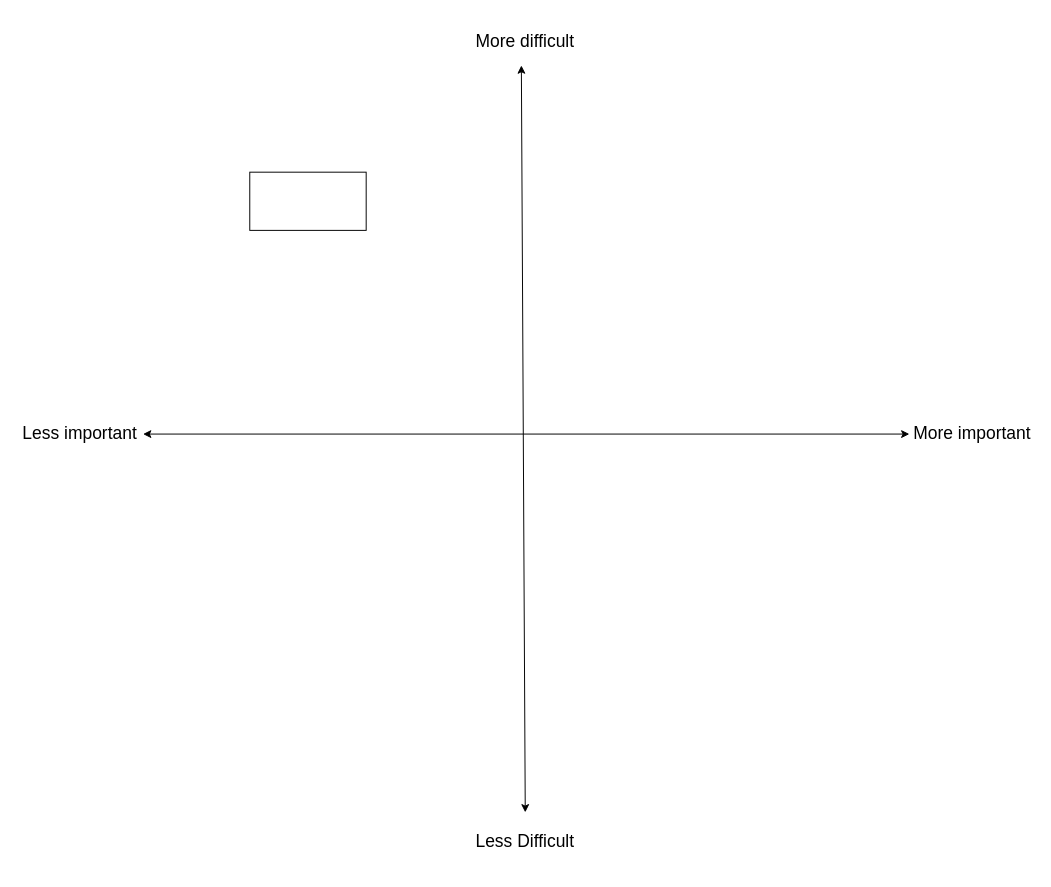
Earlier version of the draw.io diagram Untitled Diagram.drawio (EmergenBis/emergenbis). Source tidied: cells renumbered, new cells numbered last; positions are measured from the earlier drawing's top-left corner, leaving out a move shared by most shapes. Both pictures are drawn from the tidied source at 97%, with x=0, y=0 at pixel (16, 16).
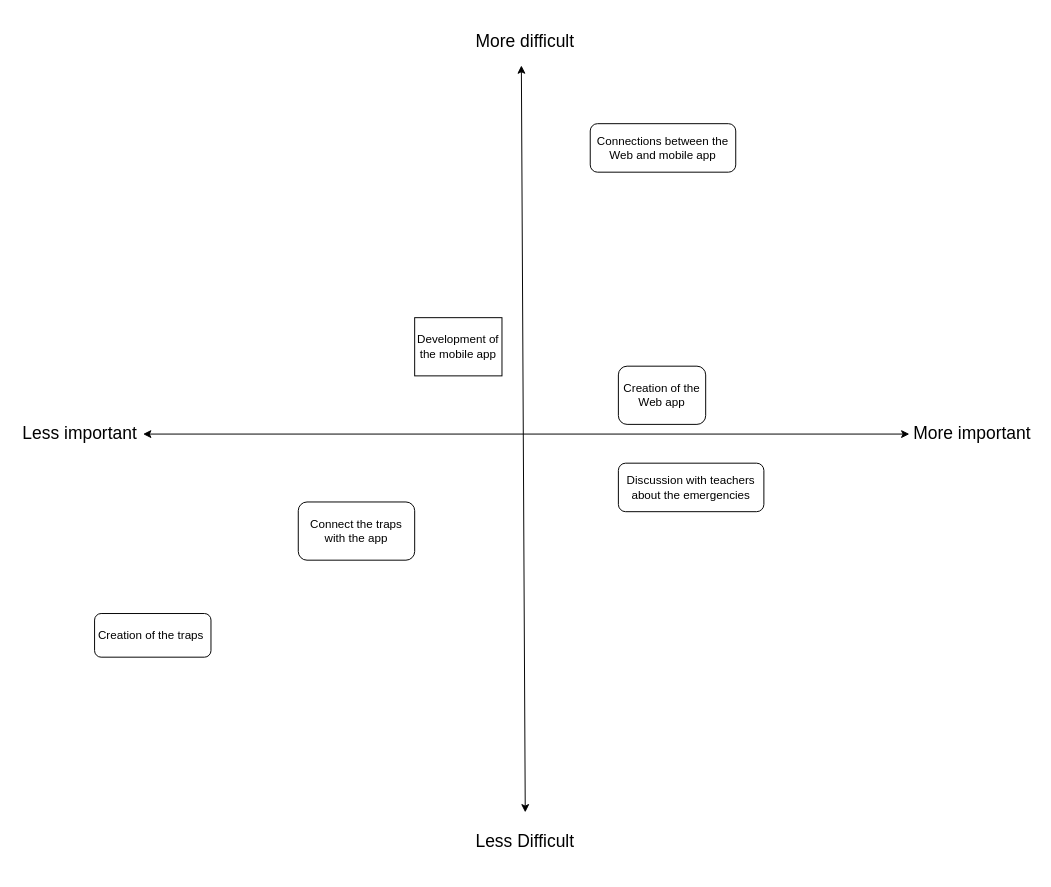
The same diagram, later.

Diff of the diagram source:
```diff
@@
 <mxGraphModel>
   <root>
     <mxCell id="0" />
     <mxCell id="1" parent="0" />
-    <mxCell id="2" style="rounded=0;whiteSpace=wrap;html=1;" parent="1" vertex="1">
-      <mxGeometry x="240" y="160" width="120" height="60" as="geometry" />
+    <mxCell id="2" value="Development of the mobile app" style="rounded=0;whiteSpace=wrap;html=1;" parent="1" vertex="1">
+      <mxGeometry x="410" y="310" width="90" height="60" as="geometry" />
     </mxCell>
     <mxCell id="3" style="endArrow=classic;startArrow=classic;html=1;" parent="1" edge="1">
       <mxGeometry relative="1" as="geometry">
         <mxPoint x="524" y="820" as="sourcePoint" />
         <mxPoint x="520" y="50" as="targetPoint" />
       </mxGeometry>
     </mxCell>
     <mxCell id="4" style="endArrow=classic;startArrow=classic;html=1;" parent="1" edge="1">
       <mxGeometry relative="1" as="geometry">
         <mxPoint x="130" y="430" as="sourcePoint" />
         <mxPoint x="920" y="430" as="targetPoint" />
       </mxGeometry>
     </mxCell>
     <mxCell id="5" value="&lt;font style=&quot;font-size: 18px&quot;&gt;Less Difficult&lt;/font&gt;" style="text;html=1;strokeColor=none;fillColor=none;align=center;verticalAlign=middle;whiteSpace=wrap;rounded=0;" parent="1" vertex="1">
       <mxGeometry x="457" y="820" width="134" height="60" as="geometry" />
     </mxCell>
     <mxCell id="6" value="&lt;font style=&quot;font-size: 18px&quot;&gt;More difficult&lt;/font&gt;" style="text;html=1;strokeColor=none;fillColor=none;align=center;verticalAlign=middle;whiteSpace=wrap;rounded=0;" parent="1" vertex="1">
       <mxGeometry x="461" width="126" height="50" as="geometry" />
     </mxCell>
     <mxCell id="7" value="&lt;font style=&quot;font-size: 18px&quot;&gt;Less important&lt;/font&gt;" style="text;html=1;strokeColor=none;fillColor=none;align=center;verticalAlign=middle;whiteSpace=wrap;rounded=0;" parent="1" vertex="1">
       <mxGeometry y="410" width="130" height="40" as="geometry" />
     </mxCell>
     <mxCell id="8" value="&lt;font style=&quot;font-size: 18px&quot;&gt;More important&lt;/font&gt;" style="text;html=1;strokeColor=none;fillColor=none;align=center;verticalAlign=middle;whiteSpace=wrap;rounded=0;" parent="1" vertex="1">
       <mxGeometry x="920" y="410" width="130" height="40" as="geometry" />
     </mxCell>
+    <mxCell id="9" value="Connections between the Web and mobile app" style="rounded=1;whiteSpace=wrap;html=1;" parent="1" vertex="1">
+      <mxGeometry x="591" y="110" width="150" height="50" as="geometry" />
+    </mxCell>
+    <mxCell id="10" value="Creation of the Web app" style="rounded=1;whiteSpace=wrap;html=1;" parent="1" vertex="1">
+      <mxGeometry x="620" y="360" width="90" height="60" as="geometry" />
+    </mxCell>
+    <mxCell id="11" value="Creation of the traps&amp;nbsp;" style="rounded=1;whiteSpace=wrap;html=1;" parent="1" vertex="1">
+      <mxGeometry x="80" y="615" width="120" height="45" as="geometry" />
+    </mxCell>
+    <mxCell id="12" value="Discussion with teachers about the emergencies" style="rounded=1;whiteSpace=wrap;html=1;" parent="1" vertex="1">
+      <mxGeometry x="620" y="460" width="150" height="50" as="geometry" />
+    </mxCell>
+    <mxCell id="13" value="Connect the traps with the app" style="rounded=1;whiteSpace=wrap;html=1;" parent="1" vertex="1">
+      <mxGeometry x="290" y="500" width="120" height="60" as="geometry" />
+    </mxCell>
   </root>
 </mxGraphModel>
```
